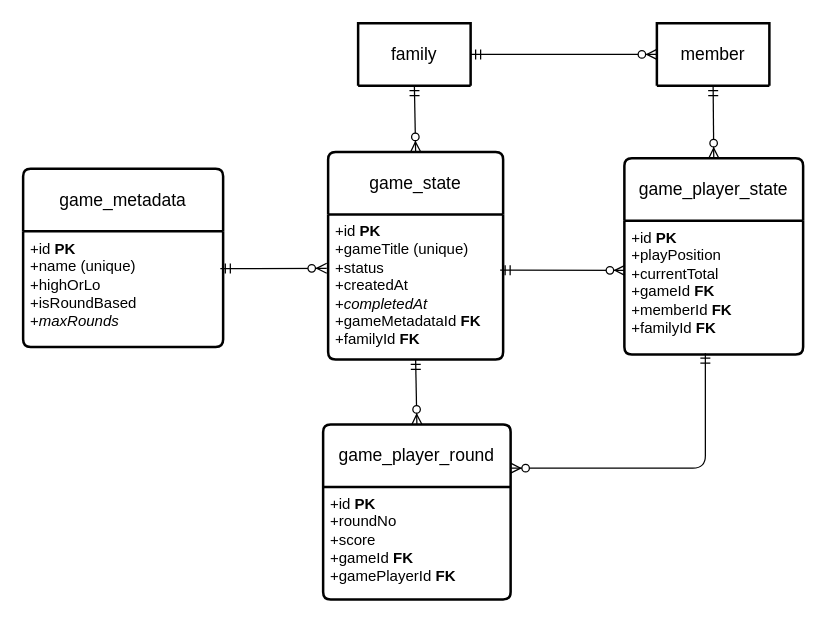
Earlier version of the draw.io diagram docs/game-schema.drawio (greg1951/family-social-scratch). Source tidied: cells renumbered, new cells numbered last; positions are measured from the earlier drawing's top-left corner, leaving out a move shared by most shapes. Both pictures are drawn from the tidied source at 125%, with x=0, y=0 at pixel (22, 22).
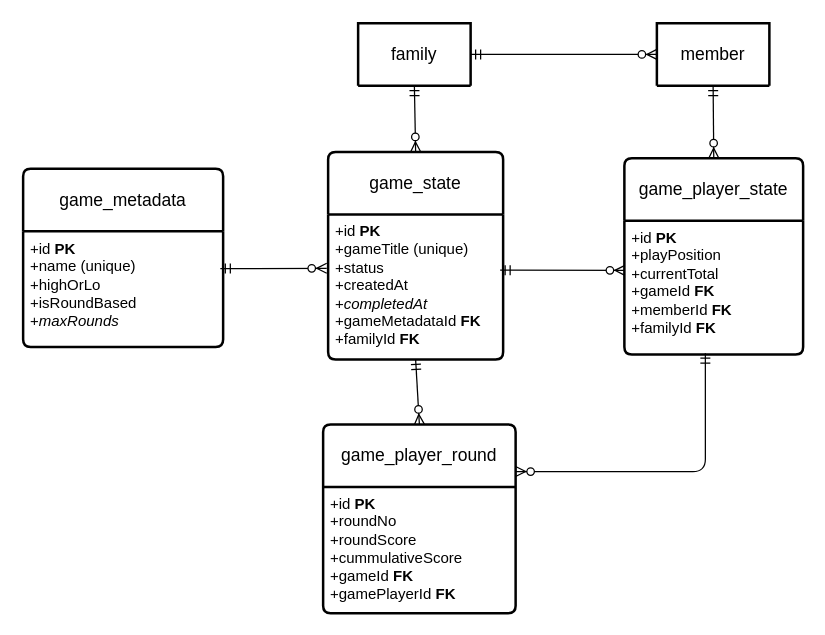
Above is the later version.

Commit message (it also covers changes not shown here):
updated schema pics b4 next feature

Change to the diagram source:
```diff
@@
 <mxGraphModel>
   <root>
     <mxCell id="0" />
     <mxCell id="1" parent="0" />
     <mxCell id="2" value="member" style="swimlane;horizontal=1;startSize=50;rounded=1;fontSize=14;fontStyle=0;strokeWidth=2;shadow=0;dashed=0;align=center;arcSize=4;whiteSpace=wrap;html=1;" parent="1" vertex="1" collapsed="1">
       <mxGeometry x="507" width="90" height="50" as="geometry" />
     </mxCell>
     <mxCell id="3" value="family" style="swimlane;horizontal=1;startSize=50;rounded=1;fontSize=14;fontStyle=0;strokeWidth=2;shadow=0;dashed=0;align=center;arcSize=4;whiteSpace=wrap;html=1;" parent="1" vertex="1" collapsed="1">
       <mxGeometry x="268" width="90" height="50" as="geometry" />
     </mxCell>
     <mxCell id="4" value="game_metadata" style="swimlane;horizontal=1;startSize=50;rounded=1;fontSize=14;fontStyle=0;strokeWidth=2;shadow=0;dashed=0;align=center;arcSize=4;whiteSpace=wrap;html=1;" parent="1" vertex="1">
       <mxGeometry y="116.5" width="160" height="142.5" as="geometry" />
     </mxCell>
     <mxCell id="5" value="+id &lt;b&gt;PK&lt;/b&gt;&lt;br&gt;+name (unique)&lt;br&gt;+highOrLo&lt;div&gt;+isRoundBased&lt;/div&gt;&lt;div&gt;+&lt;i&gt;maxRounds&lt;/i&gt;&lt;/div&gt;" style="align=left;strokeColor=none;fillColor=none;spacingLeft=4;fontSize=12;verticalAlign=top;html=1;" parent="4" vertex="1">
       <mxGeometry y="50" width="160" height="92.5" as="geometry" />
     </mxCell>
     <mxCell id="6" style="fontSize=12;html=1;endArrow=ERzeroToMany;startArrow=ERmandOne;entryX=-0.008;entryY=0.372;entryDx=0;entryDy=0;entryPerimeter=0;exitX=0.986;exitY=0.323;exitDx=0;exitDy=0;exitPerimeter=0;" parent="1" edge="1" source="5" target="8">
       <mxGeometry relative="1" as="geometry" />
     </mxCell>
     <mxCell id="7" value="game_state" style="swimlane;horizontal=1;startSize=50;rounded=1;fontSize=14;fontStyle=0;strokeWidth=2;shadow=0;dashed=0;align=center;arcSize=4;whiteSpace=wrap;html=1;" parent="1" vertex="1">
       <mxGeometry x="244" y="103" width="140" height="166" as="geometry" />
     </mxCell>
     <mxCell id="8" value="+id &lt;b&gt;PK&lt;/b&gt;&lt;br&gt;+gameTitle (unique)&lt;div&gt;&lt;font color=&quot;#000000&quot;&gt;+status&lt;br&gt;&lt;/font&gt;+createdAt&lt;/div&gt;&lt;div&gt;+&lt;i&gt;completedAt&lt;/i&gt;&lt;br&gt;&lt;div&gt;+gameMetadataId &lt;b&gt;FK&lt;/b&gt;&lt;/div&gt;&lt;/div&gt;&lt;div&gt;+familyId &lt;b&gt;FK&lt;/b&gt;&lt;/div&gt;" style="align=left;strokeColor=none;fillColor=none;spacingLeft=4;fontSize=12;verticalAlign=top;html=1;" parent="7" vertex="1">
       <mxGeometry y="50" width="140" height="116" as="geometry" />
     </mxCell>
     <mxCell id="9" value="game_player_state" style="swimlane;horizontal=1;startSize=50;rounded=1;fontSize=14;fontStyle=0;strokeWidth=2;shadow=0;dashed=0;align=center;arcSize=4;whiteSpace=wrap;html=1;" parent="1" vertex="1">
       <mxGeometry x="481" y="108" width="143" height="157" as="geometry" />
     </mxCell>
     <mxCell id="10" value="+id &lt;b&gt;PK&lt;/b&gt;&lt;br&gt;+playPosition&lt;br&gt;+currentTotal&lt;div&gt;&lt;font color=&quot;#000000&quot;&gt;+gameId &lt;b&gt;FK&lt;/b&gt;&lt;br&gt;&lt;/font&gt;&lt;div&gt;+memberId &lt;b&gt;FK&lt;/b&gt;&lt;/div&gt;&lt;/div&gt;&lt;div&gt;+familyId &lt;b&gt;FK&lt;/b&gt;&lt;/div&gt;" style="align=left;strokeColor=none;fillColor=none;spacingLeft=4;fontSize=12;verticalAlign=top;html=1;" parent="9" vertex="1">
       <mxGeometry y="50" width="143" height="107" as="geometry" />
     </mxCell>
     <mxCell id="11" style="fontSize=12;html=1;endArrow=ERzeroToMany;startArrow=ERmandOne;entryX=0.5;entryY=0;entryDx=0;entryDy=0;exitX=0.5;exitY=1;exitDx=0;exitDy=0;" parent="1" edge="1" source="2" target="9">
       <mxGeometry relative="1" as="geometry" />
     </mxCell>
     <mxCell id="12" style="fontSize=12;html=1;endArrow=ERzeroToMany;startArrow=ERmandOne;exitX=0.983;exitY=0.385;exitDx=0;exitDy=0;exitPerimeter=0;entryX=0.003;entryY=0.372;entryDx=0;entryDy=0;entryPerimeter=0;" parent="1" edge="1" source="8" target="10">
       <mxGeometry relative="1" as="geometry" />
     </mxCell>
     <mxCell id="13" value="game_player_round" style="swimlane;horizontal=1;startSize=50;rounded=1;fontSize=14;fontStyle=0;strokeWidth=2;shadow=0;dashed=0;align=center;arcSize=4;whiteSpace=wrap;html=1;" parent="1" vertex="1">
-      <mxGeometry x="240" y="321" width="150" height="140" as="geometry" />
+      <mxGeometry x="240" y="321" width="154" height="151" as="geometry" />
     </mxCell>
-    <mxCell id="14" value="+id &lt;b&gt;PK&lt;/b&gt;&lt;br&gt;+roundNo&lt;br&gt;+score&lt;div&gt;+gameId &lt;b&gt;FK&lt;/b&gt;&lt;/div&gt;&lt;div&gt;+gamePlayerId &lt;b&gt;FK&lt;/b&gt;&lt;/div&gt;" style="align=left;strokeColor=none;fillColor=none;spacingLeft=4;fontSize=12;verticalAlign=top;html=1;" parent="13" vertex="1">
-      <mxGeometry y="50" width="150" height="90" as="geometry" />
+    <mxCell id="14" value="+id &lt;b&gt;PK&lt;/b&gt;&lt;br&gt;+roundNo&lt;br&gt;+roundScore&lt;div&gt;&lt;font color=&quot;#000000&quot;&gt;+cummulativeScore&lt;br&gt;&lt;/font&gt;&lt;div&gt;+gameId &lt;b&gt;FK&lt;/b&gt;&lt;/div&gt;&lt;div&gt;+gamePlayerId &lt;b&gt;FK&lt;/b&gt;&lt;/div&gt;&lt;/div&gt;" style="align=left;strokeColor=none;fillColor=none;spacingLeft=4;fontSize=12;verticalAlign=top;html=1;" parent="13" vertex="1">
+      <mxGeometry y="50" width="154" height="101" as="geometry" />
     </mxCell>
     <mxCell id="15" style="fontSize=12;html=1;endArrow=ERzeroToMany;startArrow=ERmandOne;exitX=0.5;exitY=1;exitDx=0;exitDy=0;entryX=0.5;entryY=0;entryDx=0;entryDy=0;" parent="1" edge="1" source="8" target="13">
       <mxGeometry relative="1" as="geometry" />
     </mxCell>
     <mxCell id="16" style="fontSize=12;html=1;endArrow=ERzeroToMany;startArrow=ERmandOne;exitX=0.453;exitY=0.991;exitDx=0;exitDy=0;entryX=1;entryY=0.25;entryDx=0;entryDy=0;edgeStyle=orthogonalEdgeStyle;exitPerimeter=0;" parent="1" edge="1" source="10" target="13">
       <mxGeometry relative="1" as="geometry" />
     </mxCell>
     <mxCell id="17" style="fontSize=12;html=1;endArrow=ERzeroToMany;startArrow=ERmandOne;entryX=0;entryY=0.5;entryDx=0;entryDy=0;exitX=1;exitY=0.5;exitDx=0;exitDy=0;" parent="1" edge="1" source="3" target="2">
       <mxGeometry relative="1" as="geometry" />
     </mxCell>
     <mxCell id="18" style="fontSize=12;html=1;endArrow=ERzeroToMany;startArrow=ERmandOne;exitX=0.5;exitY=1;exitDx=0;exitDy=0;entryX=0.5;entryY=0;entryDx=0;entryDy=0;" parent="1" edge="1" source="3" target="7">
       <mxGeometry relative="1" as="geometry" />
     </mxCell>
   </root>
 </mxGraphModel>
```
